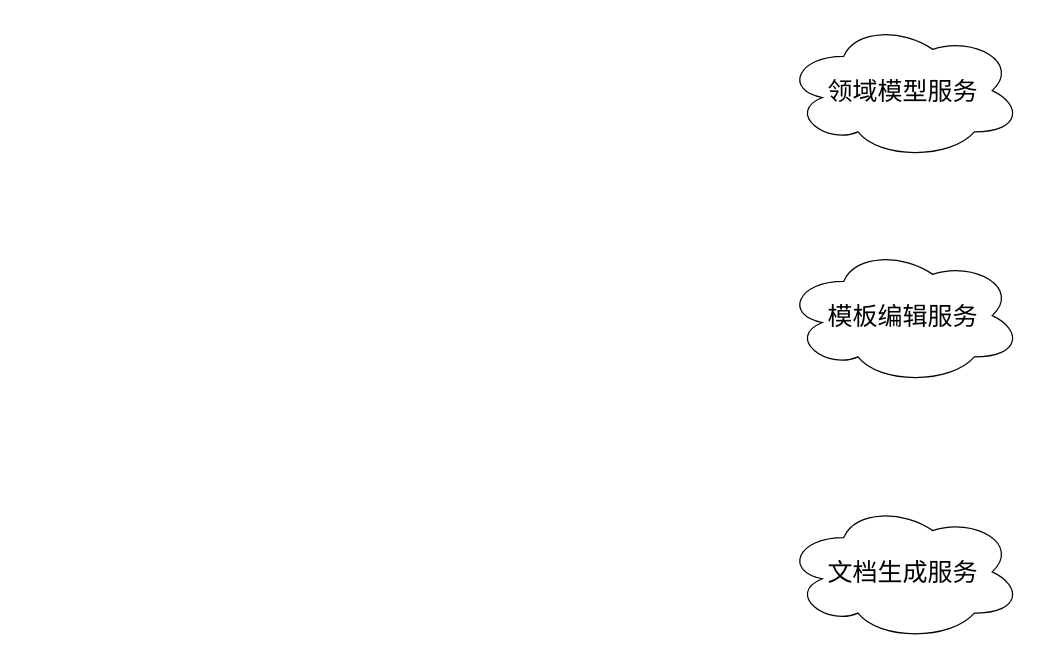
Before: 文档方案图.drawio in HonyoLAN/telmy, a draw.io diagram. Source tidied: cells renumbered, new cells numbered last; positions are measured from the earlier drawing's top-left corner, leaving out a move shared by most shapes. Both pictures are drawn from the tidied source at 125%, with x=0, y=0 at pixel (784, 21).
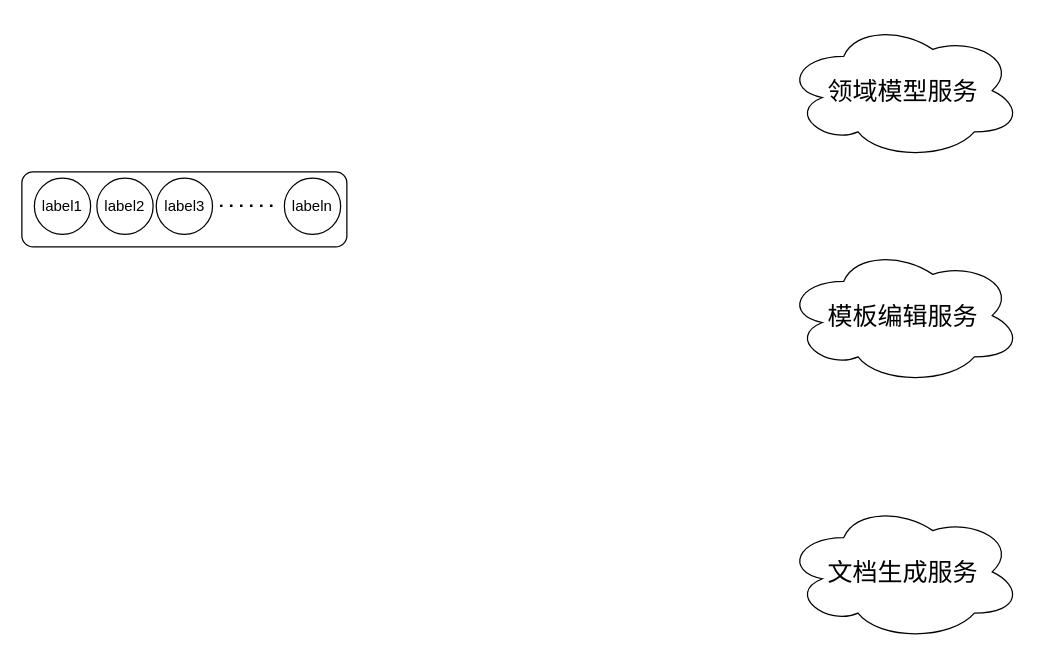
After the change.

Commit message (it also covers changes not shown here):
更新文档方案图.drawio

The edit, as a diff of the source:
```diff
@@
 <mxGraphModel>
   <root>
     <mxCell id="0" />
     <mxCell id="1" parent="0" />
     <mxCell id="2" value="&lt;font style=&quot;font-size: 20px;&quot;&gt;领域模型服务&lt;/font&gt;" style="ellipse;shape=cloud;whiteSpace=wrap;html=1;" parent="1" vertex="1">
       <mxGeometry width="190" height="110" as="geometry" />
     </mxCell>
     <mxCell id="3" value="&lt;font style=&quot;font-size: 20px;&quot;&gt;模板编辑服务&lt;/font&gt;" style="ellipse;shape=cloud;whiteSpace=wrap;html=1;" parent="1" vertex="1">
       <mxGeometry y="180" width="190" height="110" as="geometry" />
     </mxCell>
     <mxCell id="4" value="&lt;font style=&quot;font-size: 20px;&quot;&gt;文档生成服务&lt;/font&gt;" style="ellipse;shape=cloud;whiteSpace=wrap;html=1;" parent="1" vertex="1">
       <mxGeometry y="385" width="190" height="110" as="geometry" />
     </mxCell>
+    <mxCell id="5" style="rounded=1;whiteSpace=wrap;html=1;" parent="1" vertex="1">
+      <mxGeometry x="-610" y="120" width="260" height="60" as="geometry" />
+    </mxCell>
+    <mxCell id="6" value="label1" style="ellipse;whiteSpace=wrap;html=1;" parent="1" vertex="1">
+      <mxGeometry x="-600" y="125" width="45" height="45" as="geometry" />
+    </mxCell>
+    <mxCell id="7" value="label2" style="ellipse;whiteSpace=wrap;html=1;" parent="1" vertex="1">
+      <mxGeometry x="-550" y="125" width="45" height="45" as="geometry" />
+    </mxCell>
+    <mxCell id="8" value="label3" style="ellipse;whiteSpace=wrap;html=1;" parent="1" vertex="1">
+      <mxGeometry x="-502.5" y="125" width="45" height="45" as="geometry" />
+    </mxCell>
+    <mxCell id="9" value="labeln" style="ellipse;whiteSpace=wrap;html=1;" parent="1" vertex="1">
+      <mxGeometry x="-400" y="125" width="45" height="45" as="geometry" />
+    </mxCell>
+    <mxCell id="10" style="endArrow=none;dashed=1;html=1;dashPattern=1 3;strokeWidth=2;rounded=0;" parent="1" edge="1">
+      <mxGeometry relative="1" as="geometry">
+        <mxPoint x="-451.5" y="147.2" as="sourcePoint" />
+        <mxPoint x="-404" y="147" as="targetPoint" />
+      </mxGeometry>
+    </mxCell>
   </root>
 </mxGraphModel>
```
